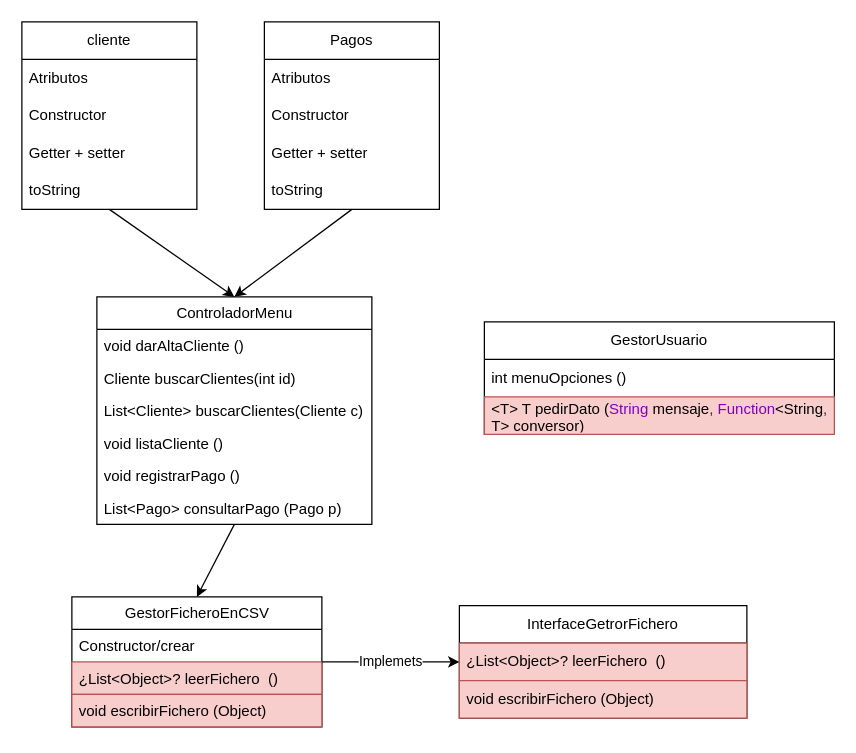
Isienov08/AD keeps this draw.io diagram as DiagramaClaseV2.drawio. Above is the earlier version. Source tidied: cells renumbered, new cells numbered last; positions are measured from the earlier drawing's top-left corner, leaving out a move shared by most shapes. Both pictures are drawn from the tidied source at 125%, with x=0, y=0 at pixel (21, 21).
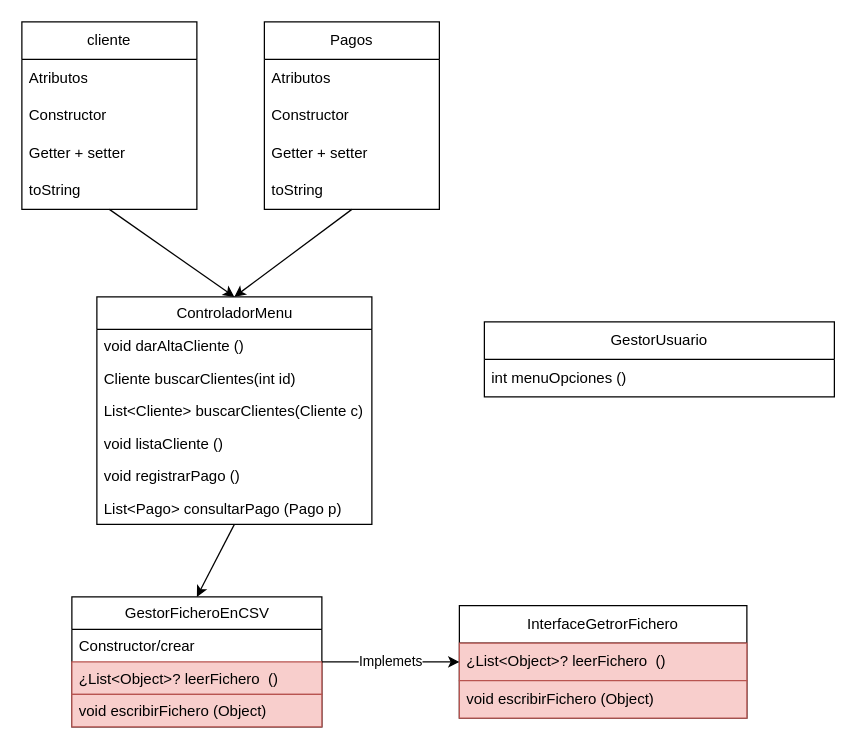
After the change.

Commit message (it also covers changes not shown here):
Añadida practica gasolinera V3 y diagrama V3

Change to the diagram source:
```diff
@@
     <mxCell id="26" value="GestorUsuario" style="swimlane;fontStyle=0;horizontal=1;startSize=30;whiteSpace=wrap;html=1;" parent="1" vertex="1">
-      <mxGeometry x="370" y="240" width="280" height="90" as="geometry" />
+      <mxGeometry x="370" y="240" width="280" height="60" as="geometry" />
     </mxCell>
@@
-    <mxCell id="28" value="&amp;lt;T&amp;gt; T pedirDato (&lt;span style=&quot;color: rgb(129, 0, 194);&quot;&gt;String&lt;/span&gt; mensaje&lt;span style=&quot;color: rgb(43, 48, 59);&quot;&gt;,&lt;/span&gt; &lt;span style=&quot;color: rgb(129, 0, 194);&quot;&gt;Function&lt;/span&gt;&amp;lt;String&lt;span style=&quot;color: rgb(43, 48, 59);&quot;&gt;,&lt;/span&gt; T&amp;gt; conversor)" style="text;strokeColor=#b85450;fillColor=#f8cecc;align=left;verticalAlign=middle;spacingLeft=4;spacingRight=4;overflow=hidden;whiteSpace=wrap;html=1;" parent="26" vertex="1">
-      <mxGeometry y="60" width="280" height="30" as="geometry" />
-    </mxCell>
```
